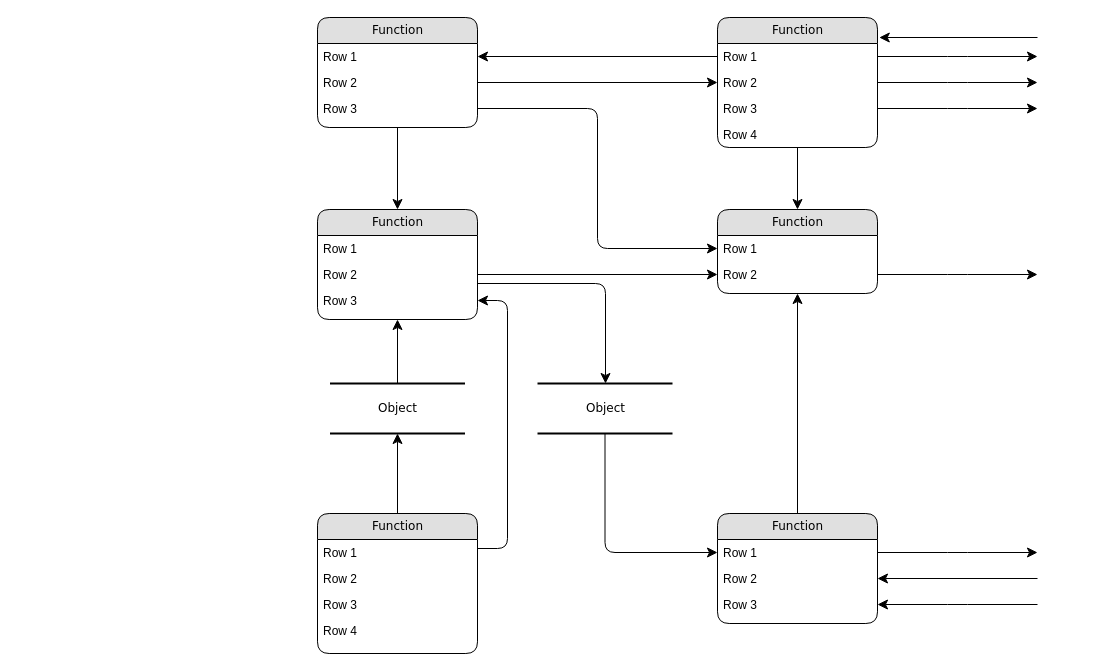
Above: 31.분석/3111.프로세스흐름도/Untitled Diagram.drawio in repproject/rep (draw.io), before the change. Source tidied: cells renumbered, new cells numbered last; positions are measured from the earlier drawing's top-left corner, leaving out a move shared by most shapes. Both pictures are drawn from the tidied source at 100%, with x=0, y=0 at pixel (317, 17).
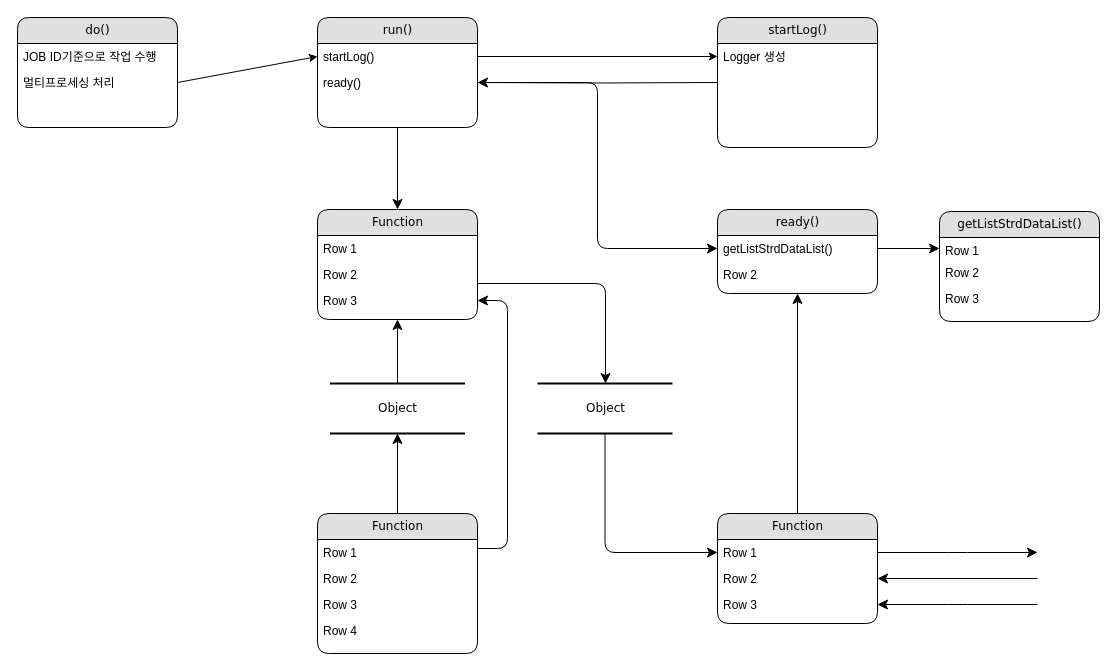
Above is the later version.

The change refers to these unchanged cells:
```xml
<mxCell id="14" value="Row 2" style="text;html=1;strokeColor=none;fillColor=none;spacingLeft=4;spacingRight=4;whiteSpace=wrap;overflow=hidden;points=[[0,0.5],[1,0.5]];portConstraint=eastwest;" parent="12" vertex="1">
  <mxGeometry y="52" width="160" height="26" as="geometry" />
</mxCell>
<mxCell id="23" value="Row 2" style="text;html=1;strokeColor=none;fillColor=none;spacingLeft=4;spacingRight=4;whiteSpace=wrap;overflow=hidden;points=[[0,0.5],[1,0.5]];portConstraint=eastwest;" parent="21" vertex="1">
  <mxGeometry y="52" width="160" height="26" as="geometry" />
</mxCell>
```

What changed in the source:
```diff
@@
-    <mxCell id="3" value="Function" style="swimlane;html=1;fontStyle=0;horizontal=1;startSize=26;fillColor=#e0e0e0;swimlaneFillColor=#ffffff;align=center;rounded=1;shadow=0;comic=0;labelBackgroundColor=none;strokeWidth=1;fontFamily=Verdana;fontSize=12;" parent="1" vertex="1">
+    <mxCell id="3" value="run()" style="swimlane;html=1;fontStyle=0;horizontal=1;startSize=26;fillColor=#e0e0e0;swimlaneFillColor=#ffffff;align=center;rounded=1;shadow=0;comic=0;labelBackgroundColor=none;strokeWidth=1;fontFamily=Verdana;fontSize=12;" parent="1" vertex="1">
       <mxGeometry width="160" height="110" as="geometry" />
     </mxCell>
-    <mxCell id="4" value="Row 1" style="text;html=1;strokeColor=none;fillColor=none;spacingLeft=4;spacingRight=4;whiteSpace=wrap;overflow=hidden;points=[[0,0.5],[1,0.5]];portConstraint=eastwest;" parent="3" vertex="1">
+    <mxCell id="4" value="startLog()" style="text;html=1;strokeColor=none;fillColor=none;spacingLeft=4;spacingRight=4;whiteSpace=wrap;overflow=hidden;points=[[0,0.5],[1,0.5]];portConstraint=eastwest;" parent="3" vertex="1">
       <mxGeometry y="26" width="160" height="26" as="geometry" />
     </mxCell>
-    <mxCell id="5" value="Row 2" style="text;html=1;strokeColor=none;fillColor=none;spacingLeft=4;spacingRight=4;whiteSpace=wrap;overflow=hidden;points=[[0,0.5],[1,0.5]];portConstraint=eastwest;" parent="3" vertex="1">
-      <mxGeometry y="52" width="160" height="26" as="geometry" />
-    </mxCell>
-    <mxCell id="6" value="Row 3" style="text;html=1;strokeColor=none;fillColor=none;spacingLeft=4;spacingRight=4;whiteSpace=wrap;overflow=hidden;points=[[0,0.5],[1,0.5]];portConstraint=eastwest;" parent="3" vertex="1">
-      <mxGeometry y="78" width="160" height="26" as="geometry" />
+    <mxCell id="6" value="ready()" style="text;html=1;strokeColor=none;fillColor=none;spacingLeft=4;spacingRight=4;whiteSpace=wrap;overflow=hidden;points=[[0,0.5],[1,0.5]];portConstraint=eastwest;" parent="3" vertex="1">
+      <mxGeometry y="52" width="160" height="26" as="geometry" />
     </mxCell>
-    <mxCell id="7" value="Function" style="swimlane;html=1;fontStyle=0;horizontal=1;startSize=26;fillColor=#e0e0e0;swimlaneFillColor=#ffffff;align=center;rounded=1;shadow=0;comic=0;labelBackgroundColor=none;strokeWidth=1;fontFamily=Verdana;fontSize=12;" parent="1" vertex="1">
+    <mxCell id="7" value="startLog()" style="swimlane;html=1;fontStyle=0;horizontal=1;startSize=26;fillColor=#e0e0e0;swimlaneFillColor=#ffffff;align=center;rounded=1;shadow=0;comic=0;labelBackgroundColor=none;strokeWidth=1;fontFamily=Verdana;fontSize=12;" parent="1" vertex="1">
       <mxGeometry x="400" width="160" height="130" as="geometry" />
     </mxCell>
-    <mxCell id="8" value="Row 1" style="text;html=1;strokeColor=none;fillColor=none;spacingLeft=4;spacingRight=4;whiteSpace=wrap;overflow=hidden;points=[[0,0.5],[1,0.5]];portConstraint=eastwest;" parent="7" vertex="1">
+    <mxCell id="8" value="Logger 생성" style="text;html=1;strokeColor=none;fillColor=none;spacingLeft=4;spacingRight=4;whiteSpace=wrap;overflow=hidden;points=[[0,0.5],[1,0.5]];portConstraint=eastwest;" parent="7" vertex="1">
       <mxGeometry y="26" width="160" height="26" as="geometry" />
     </mxCell>
-    <mxCell id="9" value="Row 2" style="text;html=1;strokeColor=none;fillColor=none;spacingLeft=4;spacingRight=4;whiteSpace=wrap;overflow=hidden;points=[[0,0.5],[1,0.5]];portConstraint=eastwest;" parent="7" vertex="1">
-      <mxGeometry y="52" width="160" height="26" as="geometry" />
-    </mxCell>
-    <mxCell id="10" value="Row 3" style="text;html=1;strokeColor=none;fillColor=none;spacingLeft=4;spacingRight=4;whiteSpace=wrap;overflow=hidden;points=[[0,0.5],[1,0.5]];portConstraint=eastwest;" parent="7" vertex="1">
-      <mxGeometry y="78" width="160" height="26" as="geometry" />
-    </mxCell>
-    <mxCell id="11" value="Row 4" style="text;html=1;strokeColor=none;fillColor=none;spacingLeft=4;spacingRight=4;whiteSpace=wrap;overflow=hidden;" parent="7" vertex="1">
-      <mxGeometry y="104" width="160" height="26" as="geometry" />
-    </mxCell>
@@
-    <mxCell id="21" value="Function" style="swimlane;html=1;fontStyle=0;horizontal=1;startSize=26;fillColor=#e0e0e0;swimlaneFillColor=#ffffff;align=center;rounded=1;shadow=0;comic=0;labelBackgroundColor=none;strokeWidth=1;fontFamily=Verdana;fontSize=12;" parent="1" vertex="1">
+    <mxCell id="21" value="ready()" style="swimlane;html=1;fontStyle=0;horizontal=1;startSize=26;fillColor=#e0e0e0;swimlaneFillColor=#ffffff;align=center;rounded=1;shadow=0;comic=0;labelBackgroundColor=none;strokeWidth=1;fontFamily=Verdana;fontSize=12;" parent="1" vertex="1">
       <mxGeometry x="400" y="192" width="160" height="84" as="geometry" />
     </mxCell>
-    <mxCell id="22" value="Row 1" style="text;html=1;strokeColor=none;fillColor=none;spacingLeft=4;spacingRight=4;whiteSpace=wrap;overflow=hidden;points=[[0,0.5],[1,0.5]];portConstraint=eastwest;" parent="21" vertex="1">
+    <mxCell id="22" value="getListStrdDataList()" style="text;html=1;strokeColor=none;fillColor=none;spacingLeft=4;spacingRight=4;whiteSpace=wrap;overflow=hidden;points=[[0,0.5],[1,0.5]];portConstraint=eastwest;" parent="21" vertex="1">
       <mxGeometry y="26" width="160" height="26" as="geometry" />
     </mxCell>
@@
-    <mxCell id="36" style="edgeStyle=orthogonalEdgeStyle;html=1;labelBackgroundColor=none;startFill=0;startSize=8;endFill=1;endSize=8;fontFamily=Verdana;fontSize=12;" parent="1" edge="1" source="7" target="21">
-      <mxGeometry relative="1" as="geometry" />
-    </mxCell>
-    <mxCell id="37" style="edgeStyle=orthogonalEdgeStyle;html=1;entryX=0;entryY=0.5;labelBackgroundColor=none;startFill=0;startSize=8;endFill=1;endSize=8;fontFamily=Verdana;fontSize=12;exitX=1;exitY=0.5;" parent="1" edge="1" source="5" target="9">
-      <mxGeometry relative="1" as="geometry" />
-    </mxCell>
-    <mxCell id="38" style="edgeStyle=orthogonalEdgeStyle;html=1;exitX=0;exitY=0.5;entryX=1;entryY=0.5;labelBackgroundColor=none;startFill=0;startSize=8;endFill=1;endSize=8;fontFamily=Verdana;fontSize=12;" parent="1" edge="1" source="8" target="4">
-      <mxGeometry relative="1" as="geometry" />
-    </mxCell>
-    <mxCell id="39" style="edgeStyle=orthogonalEdgeStyle;html=1;exitX=1;exitY=0.5;entryX=0;entryY=0.5;labelBackgroundColor=none;startFill=0;startSize=8;endFill=1;endSize=8;fontFamily=Verdana;fontSize=12;" parent="1" edge="1" source="6" target="22">
-      <mxGeometry relative="1" as="geometry" />
+    <mxCell id="39" style="edgeStyle=orthogonalEdgeStyle;html=1;exitX=0;exitY=0.5;entryX=1;entryY=0.5;labelBackgroundColor=none;startFill=0;startSize=8;endFill=1;endSize=8;fontFamily=Verdana;fontSize=12;exitDx=0;exitDy=0;entryDx=0;entryDy=0;" parent="1" edge="1" target="6">
+      <mxGeometry relative="1" as="geometry">
+        <mxPoint x="400" y="65" as="sourcePoint" />
+      </mxGeometry>
     </mxCell>
-    <mxCell id="40" style="edgeStyle=orthogonalEdgeStyle;html=1;exitX=1;exitY=0.5;entryX=0;entryY=0.5;labelBackgroundColor=none;startFill=0;startSize=8;endFill=1;endSize=8;fontFamily=Verdana;fontSize=12;" parent="1" edge="1" source="14" target="23">
-      <mxGeometry relative="1" as="geometry" />
+    <mxCell id="40" style="edgeStyle=orthogonalEdgeStyle;html=1;exitX=1;exitY=0.5;entryX=0;entryY=0.5;labelBackgroundColor=none;startFill=0;startSize=8;endFill=1;endSize=8;fontFamily=Verdana;fontSize=12;exitDx=0;exitDy=0;entryDx=0;entryDy=0;" parent="1" edge="1" source="6" target="22">
+      <mxGeometry relative="1" as="geometry">
+        <Array as="points">
+          <mxPoint x="280" y="65" />
+          <mxPoint x="280" y="231" />
+        </Array>
+      </mxGeometry>
     </mxCell>
-    <mxCell id="41" style="edgeStyle=orthogonalEdgeStyle;html=1;labelBackgroundColor=none;startFill=0;startSize=8;endFill=1;endSize=8;fontFamily=Verdana;fontSize=12;" parent="1" edge="1" source="23">
-      <mxGeometry relative="1" as="geometry">
-        <mxPoint x="720" y="257" as="targetPoint" />
-      </mxGeometry>
+    <mxCell id="41" style="edgeStyle=orthogonalEdgeStyle;html=1;labelBackgroundColor=none;startFill=0;startSize=8;endFill=1;endSize=8;fontFamily=Verdana;fontSize=12;entryX=0;entryY=0.5;entryDx=0;entryDy=0;exitX=1;exitY=0.5;exitDx=0;exitDy=0;" parent="1" edge="1" source="22" target="55">
+      <mxGeometry relative="1" as="geometry" />
     </mxCell>
@@
-    <mxCell id="45" style="edgeStyle=orthogonalEdgeStyle;html=1;exitX=1;exitY=0.5;labelBackgroundColor=none;startFill=0;startSize=8;endFill=1;endSize=8;fontFamily=Verdana;fontSize=12;" parent="1" edge="1" source="8">
-      <mxGeometry relative="1" as="geometry">
-        <mxPoint x="720" y="39" as="targetPoint" />
-      </mxGeometry>
-    </mxCell>
-    <mxCell id="46" style="edgeStyle=orthogonalEdgeStyle;html=1;exitX=1;exitY=0.5;labelBackgroundColor=none;startFill=0;startSize=8;endFill=1;endSize=8;fontFamily=Verdana;fontSize=12;" parent="1" edge="1" source="9">
-      <mxGeometry relative="1" as="geometry">
-        <mxPoint x="720" y="65" as="targetPoint" />
-      </mxGeometry>
-    </mxCell>
-    <mxCell id="47" style="edgeStyle=orthogonalEdgeStyle;html=1;exitX=1;exitY=0.5;labelBackgroundColor=none;startFill=0;startSize=8;endFill=1;endSize=8;fontFamily=Verdana;fontSize=12;" parent="1" edge="1" source="10">
-      <mxGeometry relative="1" as="geometry">
-        <mxPoint x="720" y="91" as="targetPoint" />
-      </mxGeometry>
-    </mxCell>
-    <mxCell id="48" style="edgeStyle=elbowEdgeStyle;html=1;labelBackgroundColor=none;startFill=0;startSize=8;endFill=1;endSize=8;fontFamily=Verdana;fontSize=12;elbow=vertical;entryX=1.011;entryY=0.152;entryPerimeter=0;" parent="1" edge="1" target="7">
-      <mxGeometry relative="1" as="geometry">
-        <mxPoint x="720" y="20" as="sourcePoint" />
-        <Array as="points">
-          <mxPoint x="650" y="20" />
-        </Array>
-      </mxGeometry>
-    </mxCell>
+    <mxCell id="49" style="endArrow=classic;html=1;rounded=0;exitX=1;exitY=0.5;exitDx=0;exitDy=0;entryX=0;entryY=0.5;entryDx=0;entryDy=0;" parent="1" edge="1" source="4" target="8">
+      <mxGeometry relative="1" as="geometry" />
+    </mxCell>
+    <mxCell id="50" value="do()" style="swimlane;html=1;fontStyle=0;horizontal=1;startSize=26;fillColor=#e0e0e0;swimlaneFillColor=#ffffff;align=center;rounded=1;shadow=0;comic=0;labelBackgroundColor=none;strokeWidth=1;fontFamily=Verdana;fontSize=12;" parent="1" vertex="1">
+      <mxGeometry x="-300" width="160" height="110" as="geometry" />
+    </mxCell>
+    <mxCell id="51" value="JOB ID기준으로 작업 수행&amp;nbsp;&lt;br&gt;" style="text;html=1;strokeColor=none;fillColor=none;spacingLeft=4;spacingRight=4;whiteSpace=wrap;overflow=hidden;" parent="50" vertex="1">
+      <mxGeometry y="26" width="160" height="26" as="geometry" />
+    </mxCell>
+    <mxCell id="52" value="멀티프로세싱 처리&amp;nbsp;" style="text;html=1;strokeColor=none;fillColor=none;spacingLeft=4;spacingRight=4;whiteSpace=wrap;overflow=hidden;points=[[0,0.5],[1,0.5]];portConstraint=eastwest;" parent="50" vertex="1">
+      <mxGeometry y="52" width="160" height="26" as="geometry" />
+    </mxCell>
+    <mxCell id="53" style="endArrow=classic;html=1;rounded=0;exitX=1;exitY=0.5;exitDx=0;exitDy=0;entryX=0;entryY=0.5;entryDx=0;entryDy=0;" parent="1" edge="1" source="52" target="4">
+      <mxGeometry relative="1" as="geometry" />
+    </mxCell>
+    <mxCell id="54" value="getListStrdDataList()" style="swimlane;html=1;fontStyle=0;horizontal=1;startSize=26;fillColor=#e0e0e0;swimlaneFillColor=#ffffff;align=center;rounded=1;shadow=0;comic=0;labelBackgroundColor=none;strokeWidth=1;fontFamily=Verdana;fontSize=12;" parent="1" vertex="1">
+      <mxGeometry x="622" y="194" width="160" height="110" as="geometry" />
+    </mxCell>
+    <mxCell id="55" value="Row 1" style="text;html=1;strokeColor=none;fillColor=none;spacingLeft=4;spacingRight=4;whiteSpace=wrap;overflow=hidden;points=[[0,0.5],[1,0.5]];portConstraint=eastwest;" parent="54" vertex="1">
+      <mxGeometry y="26" width="160" height="22" as="geometry" />
+    </mxCell>
+    <mxCell id="56" value="Row 2" style="text;html=1;strokeColor=none;fillColor=none;spacingLeft=4;spacingRight=4;whiteSpace=wrap;overflow=hidden;" parent="54" vertex="1">
+      <mxGeometry y="48" width="160" height="26" as="geometry" />
+    </mxCell>
+    <mxCell id="10" value="Row 3" style="text;html=1;strokeColor=none;fillColor=none;spacingLeft=4;spacingRight=4;whiteSpace=wrap;overflow=hidden;points=[[0,0.5],[1,0.5]];portConstraint=eastwest;" parent="54" vertex="1">
+      <mxGeometry y="74" width="160" height="26" as="geometry" />
+    </mxCell>
```
